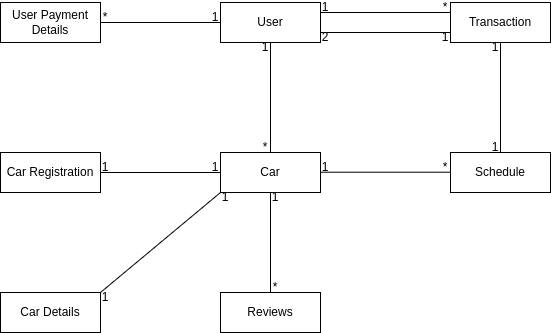
Before: docs/EntityRelationshipDiagram.drawio.png, a diagram exported from draw.io (514sh/sulong). Source tidied: cells renumbered, new cells last; positions are measured from the earlier drawing's top-left corner, leaving out a move shared by most shapes.
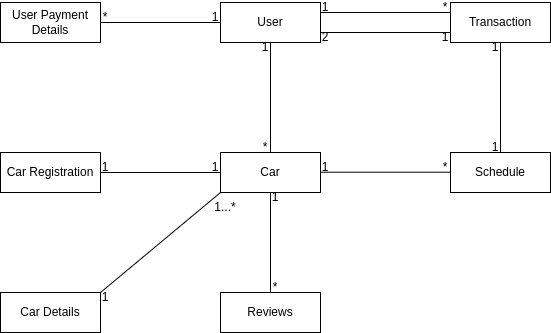
The same file after the commit.

Diff of the diagram source:
```diff
@@ -101,8 +101,8 @@
     <mxCell id="32" value="1" style="text;strokeColor=none;align=center;fillColor=none;html=1;verticalAlign=middle;whiteSpace=wrap;rounded=0;" parent="1" vertex="1">
       <mxGeometry x="100" y="160" width="10" height="10" as="geometry" />
     </mxCell>
-    <mxCell id="33" value="1" style="text;strokeColor=none;align=center;fillColor=none;html=1;verticalAlign=middle;whiteSpace=wrap;rounded=0;" parent="1" vertex="1">
-      <mxGeometry x="220" y="190" width="10" height="10" as="geometry" />
+    <mxCell id="33" value="1...*" style="text;strokeColor=none;align=center;fillColor=none;html=1;verticalAlign=middle;whiteSpace=wrap;rounded=0;" parent="1" vertex="1">
+      <mxGeometry x="220" y="200" width="10" height="10" as="geometry" />
     </mxCell>
     <mxCell id="34" value="1" style="text;strokeColor=none;align=center;fillColor=none;html=1;verticalAlign=middle;whiteSpace=wrap;rounded=0;" parent="1" vertex="1">
       <mxGeometry x="100" y="290" width="10" height="10" as="geometry" />
```
